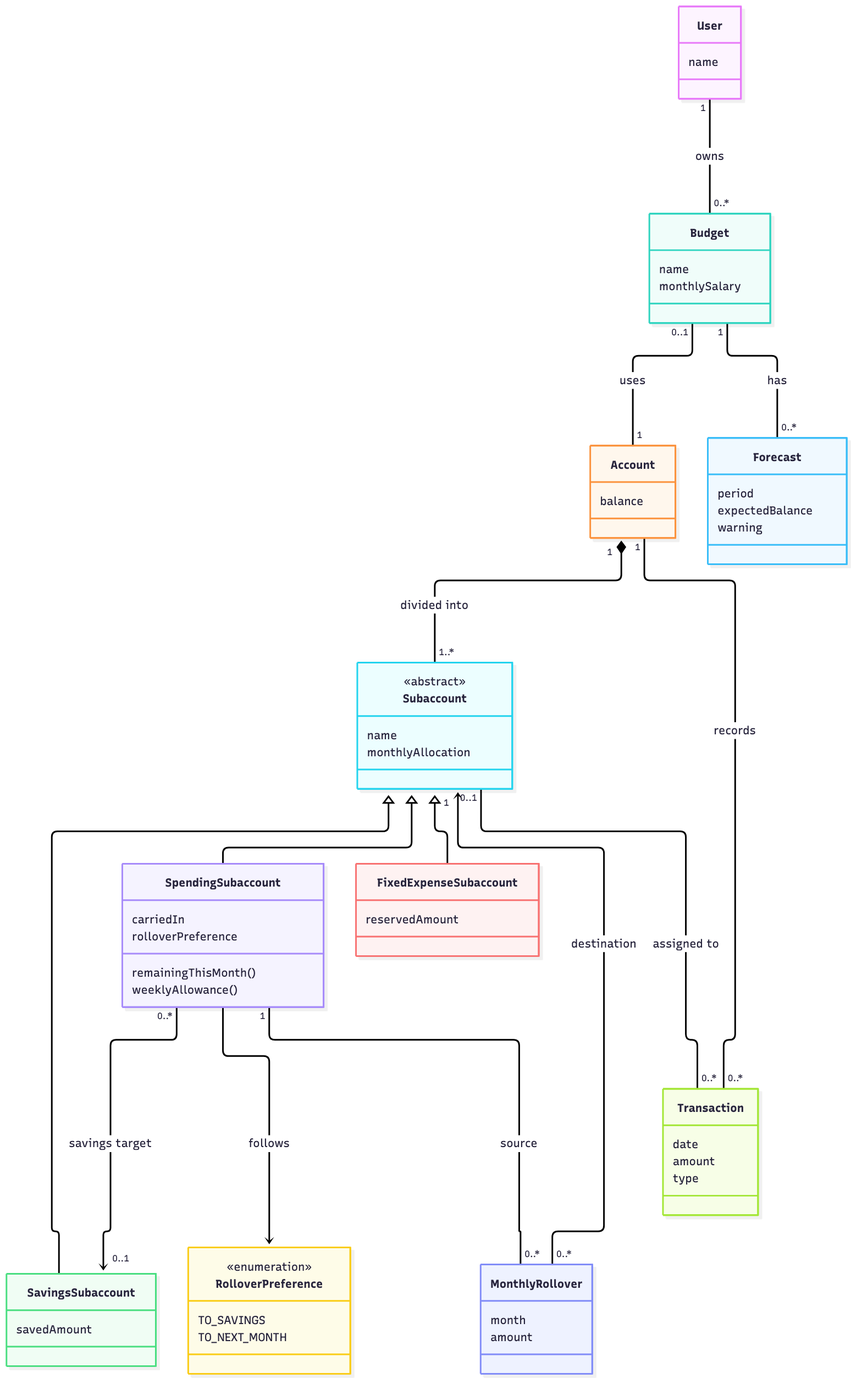
Earlier version of the Mermaid export domain-model.png (PhillipNguyenCong/BudgetBuilderDanskeBank). Its source is kept beside it as domain-model.mmd.
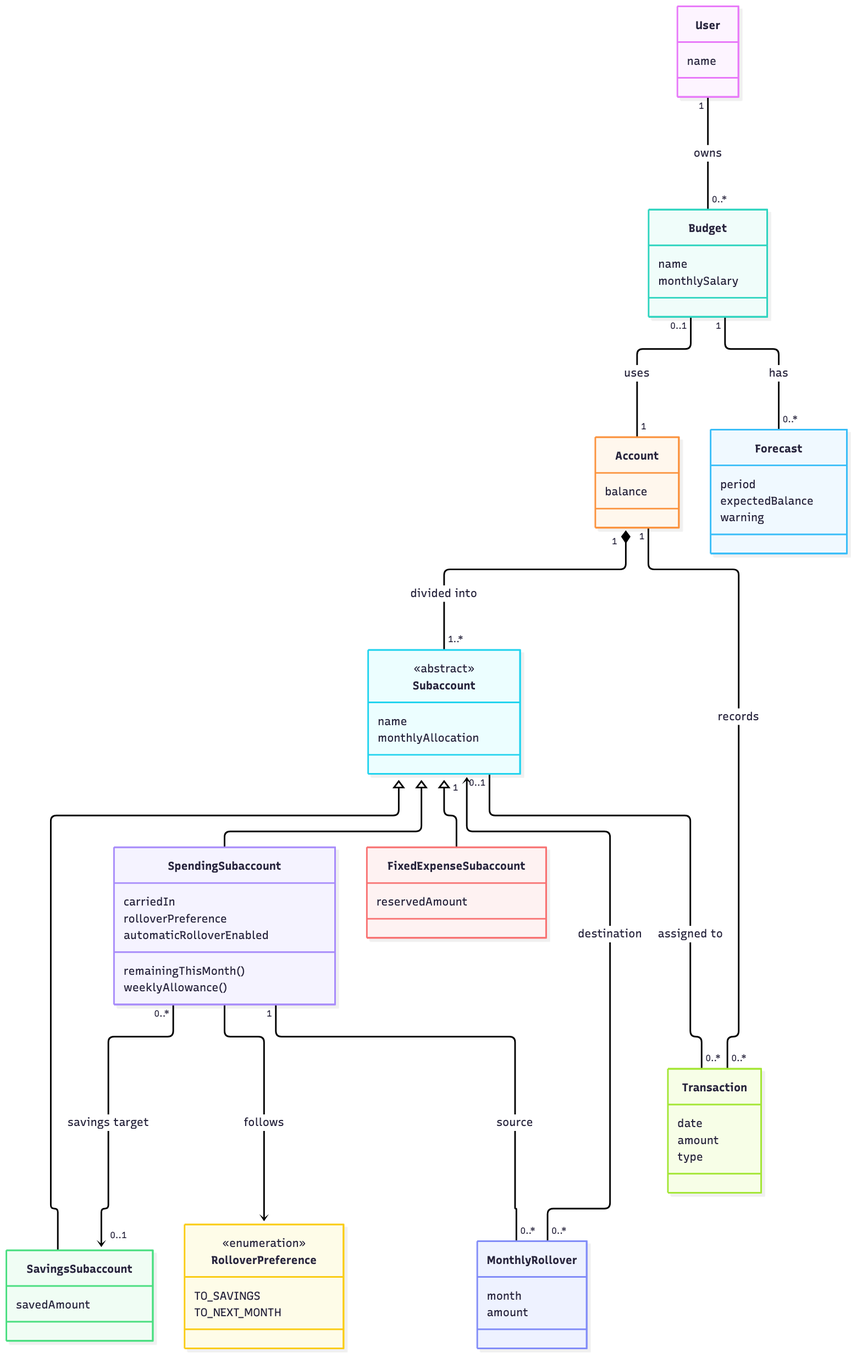
The same diagram one commit later.

What changed in the source:
```diff
@@ -22,6 +22,7 @@
     class SpendingSubaccount {
         carriedIn
         rolloverPreference
+        automaticRolloverEnabled
         remainingThisMonth()
         weeklyAllowance()
     }
```
